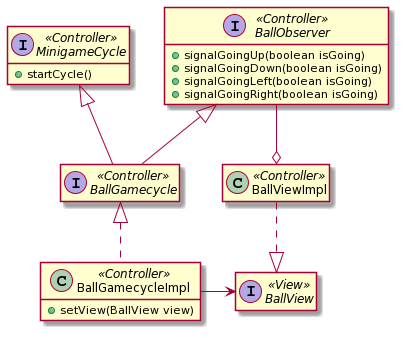
RiccardoSquarcialupi/oop19-dpg keeps this PlantUML diagram as doc/Relazione/images/freddi/BallObserver.png. Above is the earlier version. The source it was exported from:
```plantuml
@startuml
interface BallView<<View>>
interface BallObserver<<Controller>> {
    +signalGoingUp(boolean isGoing)
    +signalGoingDown(boolean isGoing)
    +signalGoingLeft(boolean isGoing)
    +signalGoingRight(boolean isGoing)
}
interface MinigameCycle<<Controller>> {
    +startCycle()
}
interface BallGamecycle<<Controller>> extends BallObserver, MinigameCycle
class BallGamecycleImpl<<Controller>> implements BallGamecycle {
    +setView(BallView view)
}
class BallViewImpl<<Controller>>

BallViewImpl ..|> BallView
BallGamecycleImpl -> BallView

BallObserver --o BallViewImpl

hide empty methods
hide empty fields
@enduml
```
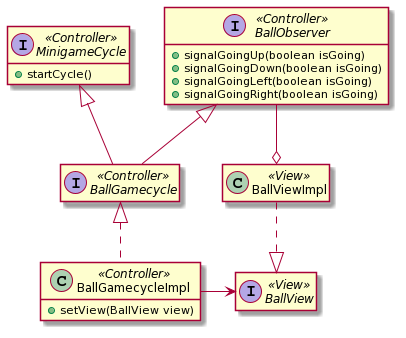
The same diagram one commit later.

Diff of the diagram source:
```diff
@@ -13,7 +13,7 @@
 class BallGamecycleImpl<<Controller>> implements BallGamecycle {
     +setView(BallView view)
 }
-class BallViewImpl<<Controller>>
+class BallViewImpl<<View>>
 
 BallViewImpl ..|> BallView
 BallGamecycleImpl -> BallView
```
